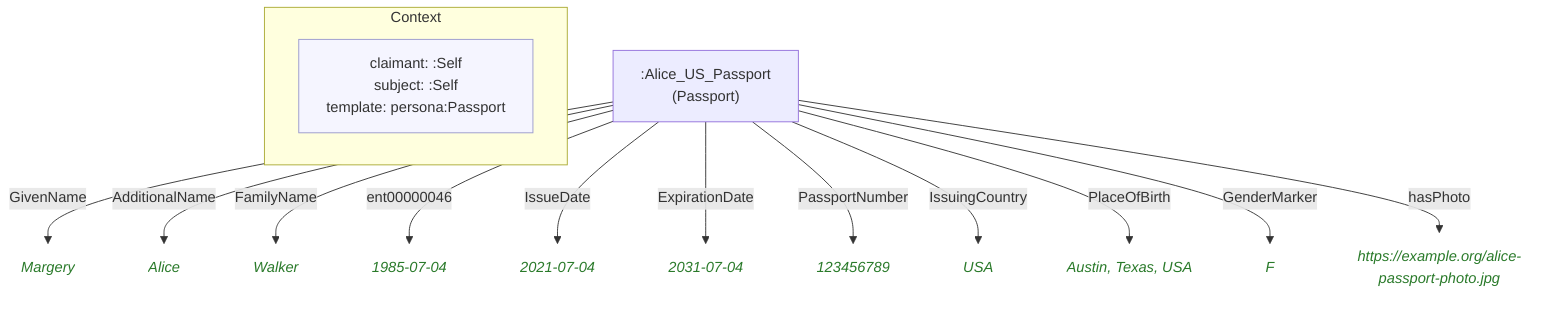
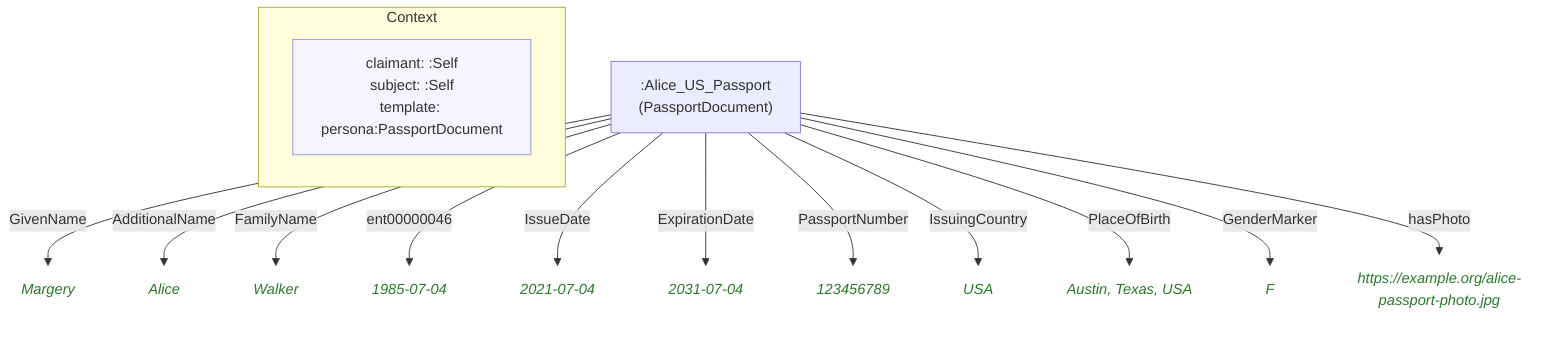
flowchart TD
    classDef person fill:#fffacd,stroke:#aaa,color:#333
    classDef grp    fill:#d4edda,stroke:#aaa,color:#333
    classDef org    fill:#cce5ff,stroke:#aaa,color:#333
    classDef lit    fill:none,stroke:none,font-style:italic,color:#2a7a2a
    classDef meta   fill:#f5f5ff,stroke:#9999cc,color:#333

    subgraph ctx["Context"]
        direction LR
-         ctx_meta["claimant: :Self\nsubject: :Self\ntemplate: persona:Passport"]:::meta
+         ctx_meta["claimant: :Self\nsubject: :Self\ntemplate: persona:PassportDocument"]:::meta
    end

-     n1e9b86ff4c78[":Alice_US_Passport\n(Passport)"]
-     n6f099cb58ab3("Margery"):::lit
-     n93fb7242daf4("Alice"):::lit
-     nb07d555ea73c("Walker"):::lit
-     nd7a90cb1aae1("1985-07-04"):::lit
-     n0808f612c757("2021-07-04"):::lit
-     nc16b668f3e03("2031-07-04"):::lit
-     n97be55391296("123456789"):::lit
-     n8d2f127f8382("USA"):::lit
-     nedfe618d9808("Austin, Texas, USA"):::lit
-     n015160ed1088("F"):::lit
+     n1e9b86ff4c78[":Alice_US_Passport\n(PassportDocument)"]
+     n30aae823ef34("Margery"):::lit
+     nbf64eab3fd4b("Alice"):::lit
+     n36a85e284742("Walker"):::lit
+     n8fc62d2cdee7("1985-07-04"):::lit
+     n244d4481f973("2021-07-04"):::lit
+     na7702ce4d8fa("2031-07-04"):::lit
+     nb63042fe5205("123456789"):::lit
+     n452224b979b1("USA"):::lit
+     n93bda03f568a("Austin, Texas, USA"):::lit
+     n5118b3106f09("F"):::lit
    n0b3af7b5a715("https://example.org/alice-passport-photo.jpg"):::lit

-     n1e9b86ff4c78 -->|"GivenName"| n6f099cb58ab3
-     n1e9b86ff4c78 -->|"AdditionalName"| n93fb7242daf4
-     n1e9b86ff4c78 -->|"FamilyName"| nb07d555ea73c
-     n1e9b86ff4c78 -->|"ent00000046"| nd7a90cb1aae1
-     n1e9b86ff4c78 -->|"IssueDate"| n0808f612c757
-     n1e9b86ff4c78 -->|"ExpirationDate"| nc16b668f3e03
-     n1e9b86ff4c78 -->|"PassportNumber"| n97be55391296
-     n1e9b86ff4c78 -->|"IssuingCountry"| n8d2f127f8382
-     n1e9b86ff4c78 -->|"PlaceOfBirth"| nedfe618d9808
-     n1e9b86ff4c78 -->|"GenderMarker"| n015160ed1088
+     n1e9b86ff4c78 -->|"GivenName"| n30aae823ef34
+     n1e9b86ff4c78 -->|"AdditionalName"| nbf64eab3fd4b
+     n1e9b86ff4c78 -->|"FamilyName"| n36a85e284742
+     n1e9b86ff4c78 -->|"ent00000046"| n8fc62d2cdee7
+     n1e9b86ff4c78 -->|"IssueDate"| n244d4481f973
+     n1e9b86ff4c78 -->|"ExpirationDate"| na7702ce4d8fa
+     n1e9b86ff4c78 -->|"PassportNumber"| nb63042fe5205
+     n1e9b86ff4c78 -->|"IssuingCountry"| n452224b979b1
+     n1e9b86ff4c78 -->|"PlaceOfBirth"| n93bda03f568a
+     n1e9b86ff4c78 -->|"GenderMarker"| n5118b3106f09
    n1e9b86ff4c78 -->|"hasPhoto"| n0b3af7b5a715
